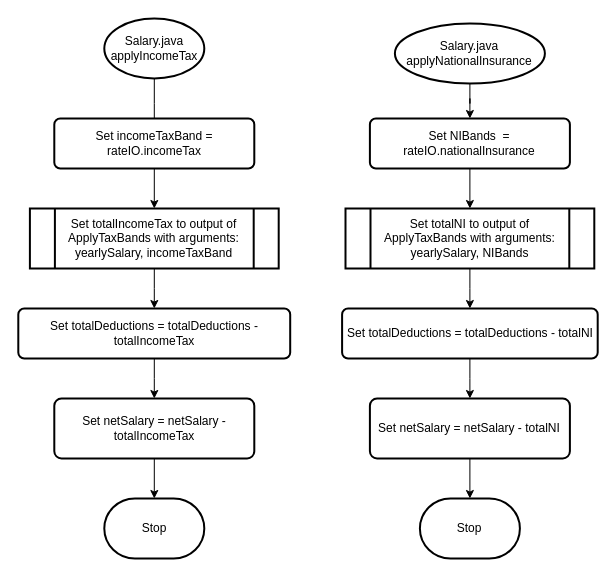
Sherman5A/usw-pop-coursework-1-task-2 keeps this draw.io diagram as report/flowcharts/task-2/designs/salary2.drawio. Above is the earlier version. Source tidied: cells renumbered, new cells numbered last; positions are measured from the earlier drawing's top-left corner, leaving out a move shared by most shapes. Both pictures are drawn from the tidied source at 100%, with x=0, y=0 at pixel (18, 18).
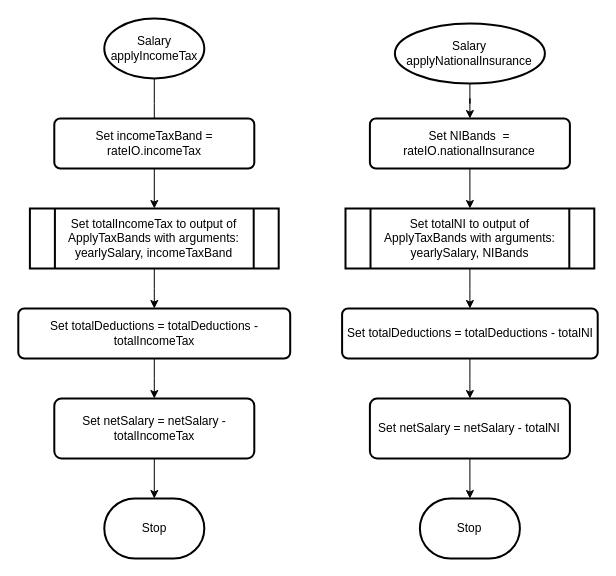
The same diagram, later.

What changed in the source:
```diff
@@
-    <mxCell id="3" value="Salary.java&lt;br&gt;applyIncomeTax" style="strokeWidth=2;html=1;shape=mxgraph.flowchart.start_1;whiteSpace=wrap;" parent="1" vertex="1">
+    <mxCell id="3" value="Salary&lt;br&gt;applyIncomeTax" style="strokeWidth=2;html=1;shape=mxgraph.flowchart.start_1;whiteSpace=wrap;" parent="1" vertex="1">
       <mxGeometry x="85.8" width="100" height="60" as="geometry" />
     </mxCell>
@@
-    <mxCell id="5" value="Salary.java&lt;br&gt;applyNationalInsurance" style="strokeWidth=2;html=1;shape=mxgraph.flowchart.start_1;whiteSpace=wrap;" parent="1" vertex="1">
+    <mxCell id="5" value="Salary&lt;br&gt;applyNationalInsurance" style="strokeWidth=2;html=1;shape=mxgraph.flowchart.start_1;whiteSpace=wrap;" parent="1" vertex="1">
       <mxGeometry x="376.4" y="5" width="150" height="60" as="geometry" />
     </mxCell>
```
